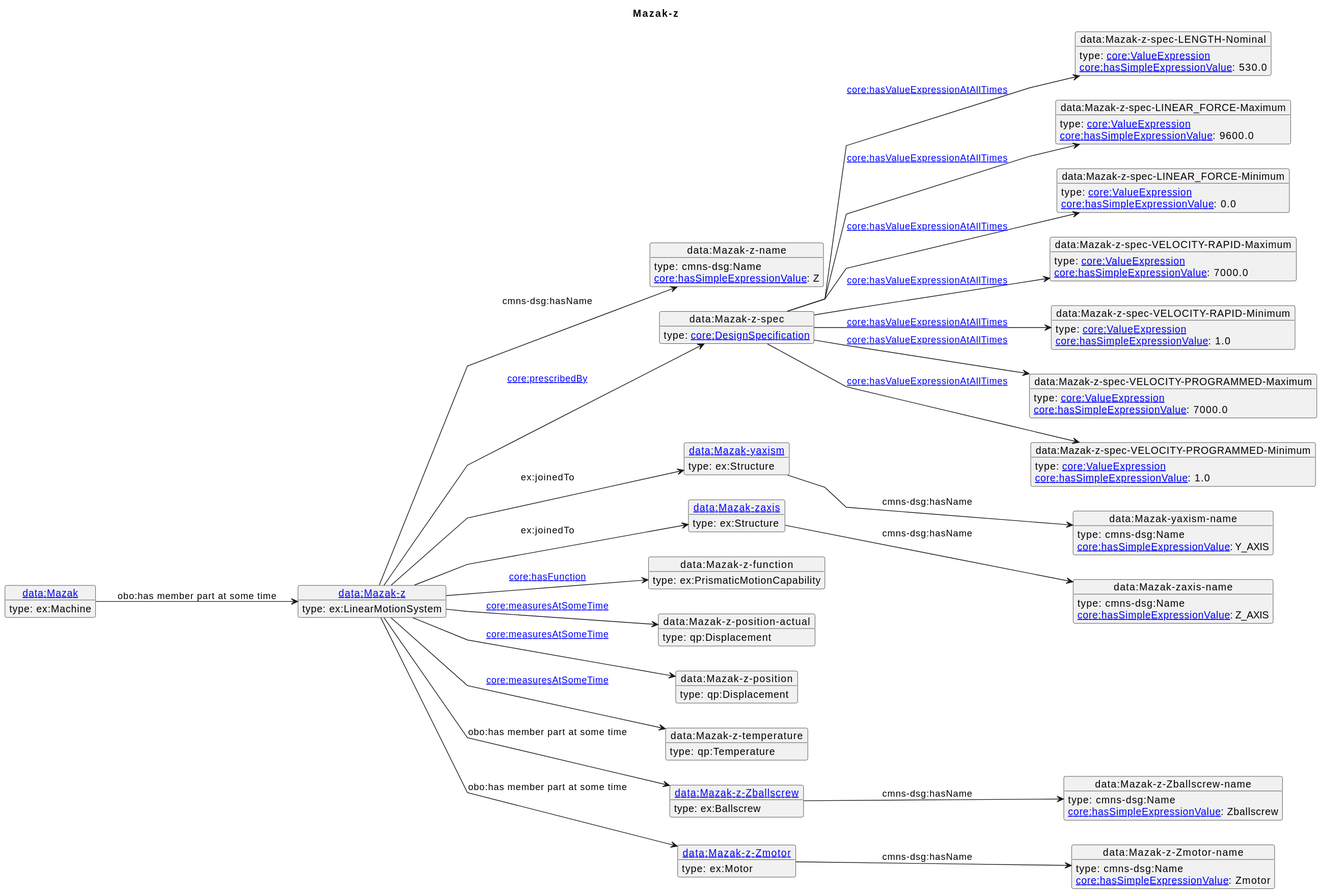
Before: diagrams/Mazak-z.svg, a diagram exported from PlantUML (iofoundry/example-syseng-mtconnect).
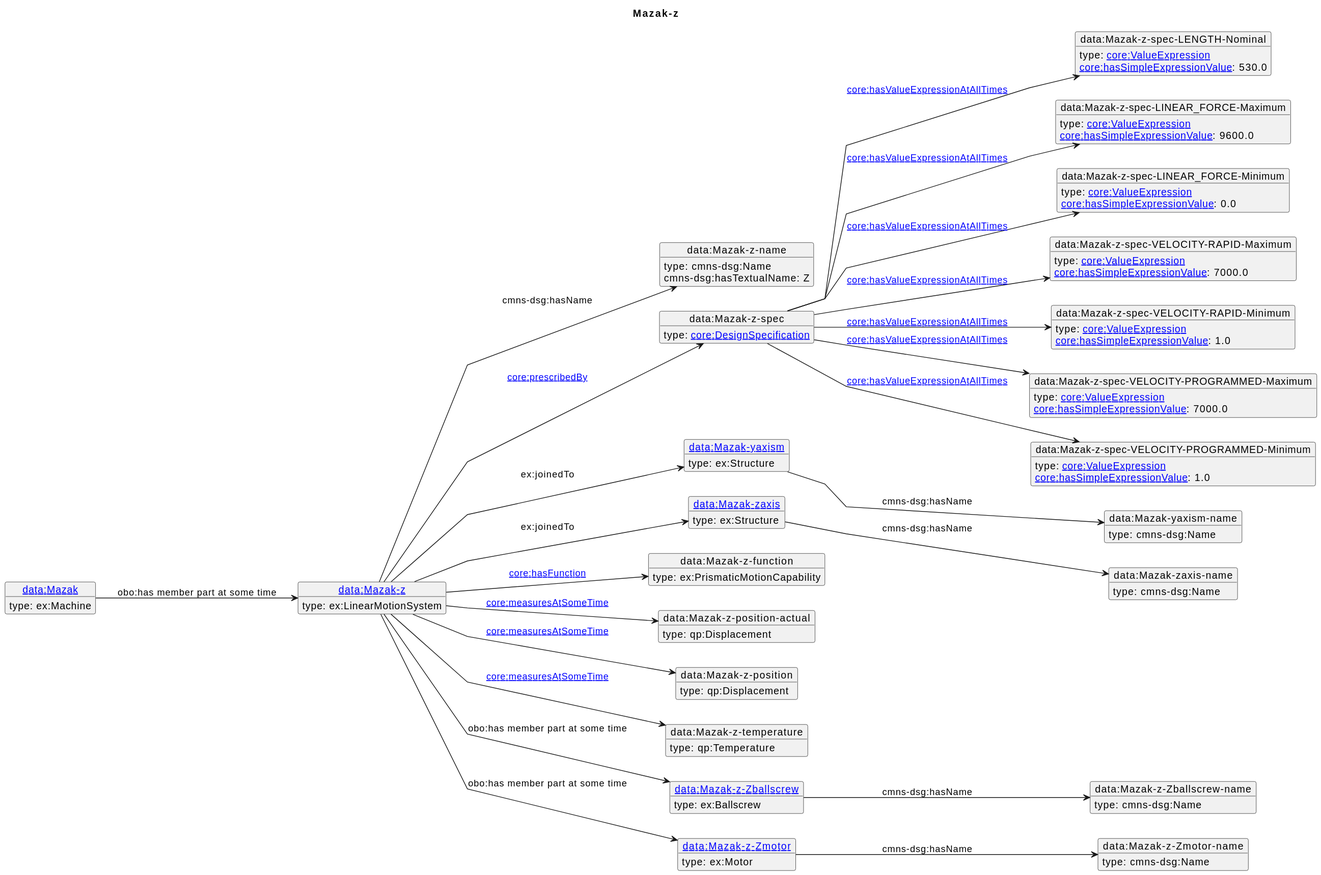
The same file after the commit.

The edit, as a diff of the source:
```diff
@@ -72,7 +72,7 @@
  type: ex:Machine
 }
 o1 --> o2 : cmns-dsg:hasName
-o2 : [[https://spec.industrialontologies.org/ontology/core/Core/hasSimpleExpressionValue core:hasSimpleExpressionValue]]: Z
+o2 : cmns-dsg:hasTextualName: Z
 o1 --> o3 : [[https://spec.industrialontologies.org/ontology/core/Core/prescribedBy core:prescribedBy]]
 o3 --> o4 : [[https://spec.industrialontologies.org/ontology/core/Core/hasValueExpressionAtAllTimes core:hasValueExpressionAtAllTimes]]
 o4 : [[https://spec.industrialontologies.org/ontology/core/Core/hasSimpleExpressionValue core:hasSimpleExpressionValue]]: 530.0
@@ -90,19 +90,15 @@
 o10 : [[https://spec.industrialontologies.org/ontology/core/Core/hasSimpleExpressionValue core:hasSimpleExpressionValue]]: 1.0
 o1 --> o11 : ex:joinedTo
 o11 --> o12 : cmns-dsg:hasName
-o12 : [[https://spec.industrialontologies.org/ontology/core/Core/hasSimpleExpressionValue core:hasSimpleExpressionValue]]: Y_AXIS
 o1 --> o13 : ex:joinedTo
 o13 --> o14 : cmns-dsg:hasName
-o14 : [[https://spec.industrialontologies.org/ontology/core/Core/hasSimpleExpressionValue core:hasSimpleExpressionValue]]: Z_AXIS
 o1 --> o15 : [[https://spec.industrialontologies.org/ontology/core/Core/hasFunction core:hasFunction]]
 o1 --> o16 : [[https://spec.industrialontologies.org/ontology/core/Core/measuresAtSomeTime core:measuresAtSomeTime]]
 o1 --> o17 : [[https://spec.industrialontologies.org/ontology/core/Core/measuresAtSomeTime core:measuresAtSomeTime]]
 o1 --> o18 : [[https://spec.industrialontologies.org/ontology/core/Core/measuresAtSomeTime core:measuresAtSomeTime]]
 o1 --> o19 : obo:has member part at some time
 o19 --> o20 : cmns-dsg:hasName
-o20 : [[https://spec.industrialontologies.org/ontology/core/Core/hasSimpleExpressionValue core:hasSimpleExpressionValue]]: Zballscrew
 o1 --> o21 : obo:has member part at some time
 o21 --> o22 : cmns-dsg:hasName
-o22 : [[https://spec.industrialontologies.org/ontology/core/Core/hasSimpleExpressionValue core:hasSimpleExpressionValue]]: Zmotor
 o23 --> o1 : obo:has member part at some time
 @enduml
```
